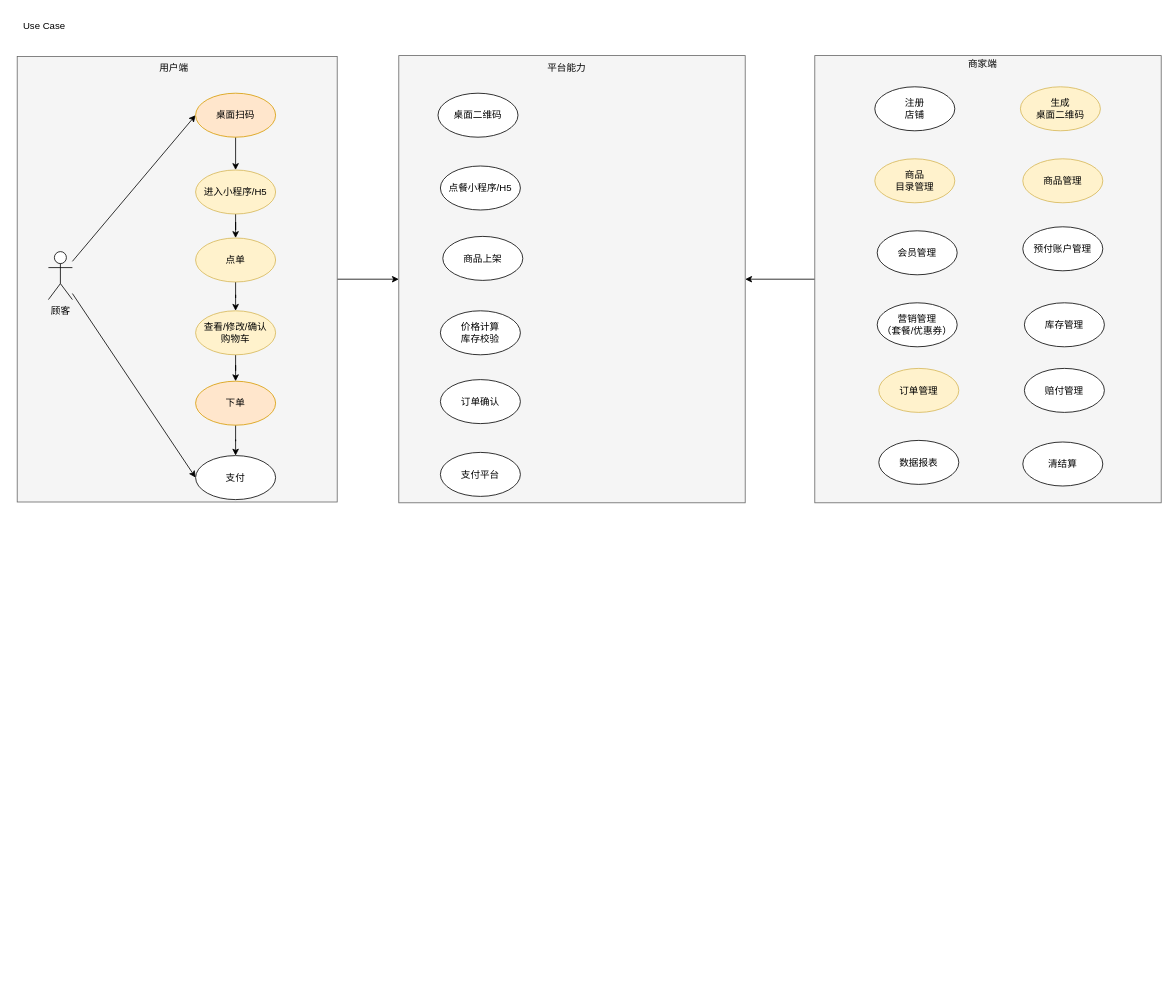
Earlier version of the draw.io diagram 点餐系统.drawio (yongli82/dsl). Source tidied: cells renumbered, new cells numbered last; positions are measured from the earlier drawing's top-left corner, leaving out a move shared by most shapes. Both pictures are drawn from the tidied source at 80%, with x=0, y=0 at pixel (17, 14).
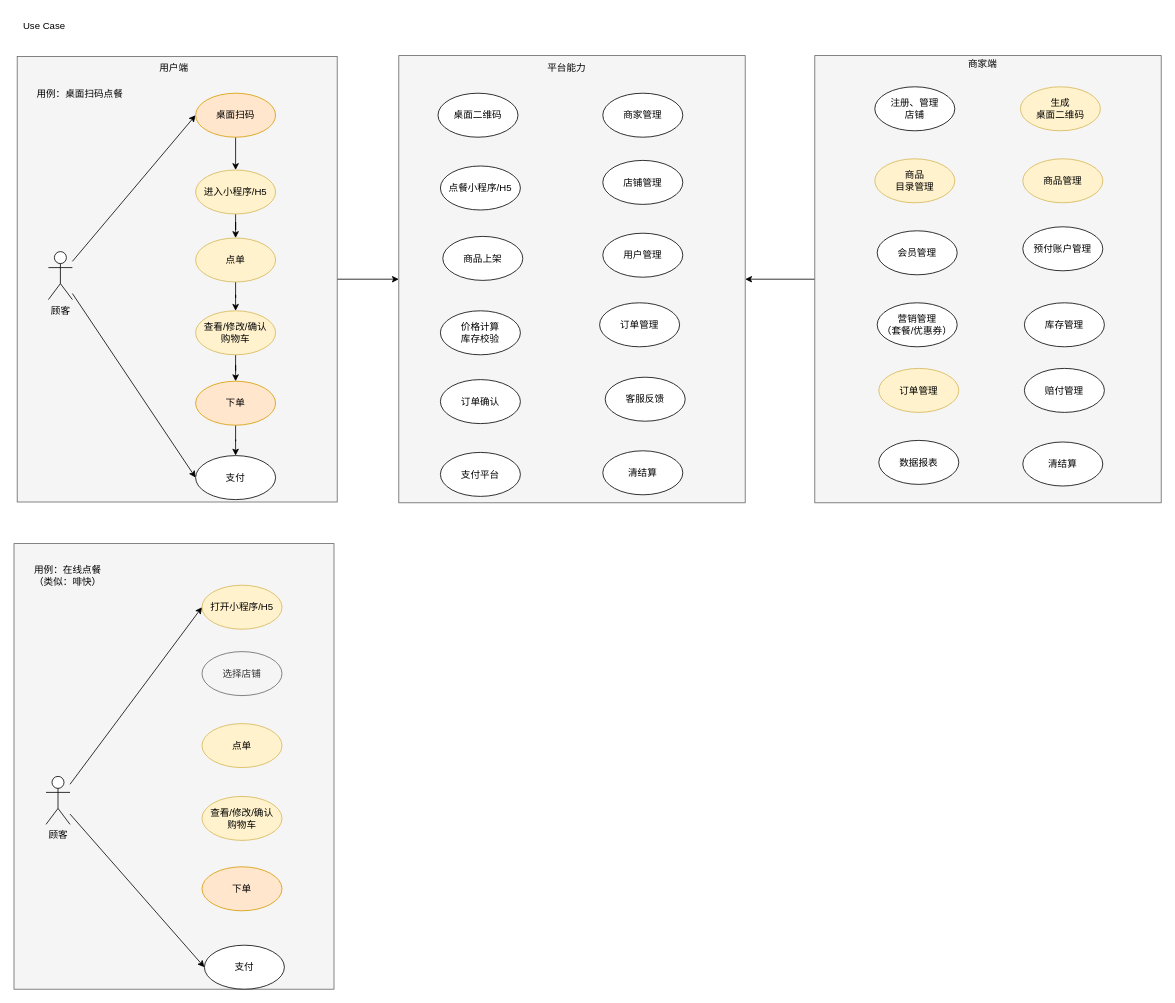
The same page after the edit.

Commit message:
更新点餐系统.drawio

Change to the diagram source:
```diff
@@
+    <mxCell id="43" style="rounded=0;whiteSpace=wrap;html=1;fillColor=#f5f5f5;fontColor=#333333;strokeColor=#666666;" parent="1" vertex="1">
+      <mxGeometry x="-4" y="662" width="400" height="557" as="geometry" />
+    </mxCell>
@@
-    <mxCell id="31" value="注册&lt;br&gt;店铺" style="ellipse;whiteSpace=wrap;html=1;" parent="1" vertex="1">
+    <mxCell id="31" value="注册、管理&lt;br&gt;店铺" style="ellipse;whiteSpace=wrap;html=1;" parent="1" vertex="1">
       <mxGeometry x="1072" y="91" width="100" height="55" as="geometry" />
     </mxCell>
@@
+    <mxCell id="44" value="用例：桌面扫码点餐" style="text;html=1;strokeColor=none;fillColor=none;align=center;verticalAlign=middle;whiteSpace=wrap;rounded=0;" parent="1" vertex="1">
+      <mxGeometry x="19" y="85" width="119" height="30" as="geometry" />
+    </mxCell>
+    <mxCell id="45" value="用例：在线点餐&lt;br&gt;（类似：啡快）" style="text;html=1;strokeColor=none;fillColor=none;align=center;verticalAlign=middle;whiteSpace=wrap;rounded=0;" parent="1" vertex="1">
+      <mxGeometry x="4" y="687" width="119" height="30" as="geometry" />
+    </mxCell>
+    <mxCell id="46" style="rounded=0;jettySize=auto;html=1;entryX=0;entryY=0.5;entryDx=0;entryDy=0;" parent="1" edge="1" source="48" target="49">
+      <mxGeometry relative="1" as="geometry" />
+    </mxCell>
+    <mxCell id="47" style="rounded=0;jettySize=auto;html=1;entryX=0;entryY=0.5;entryDx=0;entryDy=0;" parent="1" edge="1" source="48" target="54">
+      <mxGeometry relative="1" as="geometry" />
+    </mxCell>
+    <mxCell id="48" value="顾客" style="shape=umlActor;verticalLabelPosition=bottom;verticalAlign=top;html=1;outlineConnect=0;" parent="1" vertex="1">
+      <mxGeometry x="36" y="953" width="30" height="60" as="geometry" />
+    </mxCell>
+    <mxCell id="49" value="打开小程序/H5" style="ellipse;whiteSpace=wrap;html=1;fillColor=#fff2cc;strokeColor=#d6b656;" parent="1" vertex="1">
+      <mxGeometry x="231" y="714" width="100" height="55" as="geometry" />
+    </mxCell>
+    <mxCell id="50" value="点单" style="ellipse;whiteSpace=wrap;html=1;fillColor=#fff2cc;strokeColor=#d6b656;" parent="1" vertex="1">
+      <mxGeometry x="231" y="887" width="100" height="55" as="geometry" />
+    </mxCell>
+    <mxCell id="51" value="查看/修改/确认&lt;br&gt;购物车" style="ellipse;whiteSpace=wrap;html=1;fillColor=#fff2cc;strokeColor=#d6b656;" parent="1" vertex="1">
+      <mxGeometry x="231" y="978" width="100" height="55" as="geometry" />
+    </mxCell>
+    <mxCell id="52" value="下单" style="ellipse;whiteSpace=wrap;html=1;fillColor=#ffe6cc;strokeColor=#d79b00;" parent="1" vertex="1">
+      <mxGeometry x="231" y="1066" width="100" height="55" as="geometry" />
+    </mxCell>
+    <mxCell id="53" value="选择店铺" style="ellipse;whiteSpace=wrap;html=1;fillColor=#f5f5f5;strokeColor=#666666;fontColor=#333333;" parent="1" vertex="1">
+      <mxGeometry x="231" y="797" width="100" height="55" as="geometry" />
+    </mxCell>
+    <mxCell id="54" value="支付" style="ellipse;whiteSpace=wrap;html=1;" parent="1" vertex="1">
+      <mxGeometry x="234" y="1164" width="100" height="55" as="geometry" />
+    </mxCell>
+    <mxCell id="55" value="商家管理" style="ellipse;whiteSpace=wrap;html=1;" parent="1" vertex="1">
+      <mxGeometry x="732" y="99" width="100" height="55" as="geometry" />
+    </mxCell>
+    <mxCell id="56" value="店铺管理" style="ellipse;whiteSpace=wrap;html=1;" parent="1" vertex="1">
+      <mxGeometry x="732" y="183" width="100" height="55" as="geometry" />
+    </mxCell>
+    <mxCell id="57" value="用户管理" style="ellipse;whiteSpace=wrap;html=1;" parent="1" vertex="1">
+      <mxGeometry x="732" y="274" width="100" height="55" as="geometry" />
+    </mxCell>
+    <mxCell id="58" value="订单管理" style="ellipse;whiteSpace=wrap;html=1;" parent="1" vertex="1">
+      <mxGeometry x="728" y="361" width="100" height="55" as="geometry" />
+    </mxCell>
+    <mxCell id="59" value="清结算" style="ellipse;whiteSpace=wrap;html=1;" parent="1" vertex="1">
+      <mxGeometry x="732" y="546" width="100" height="55" as="geometry" />
+    </mxCell>
+    <mxCell id="60" value="客服反馈" style="ellipse;whiteSpace=wrap;html=1;" parent="1" vertex="1">
+      <mxGeometry x="735" y="454" width="100" height="55" as="geometry" />
+    </mxCell>
```
